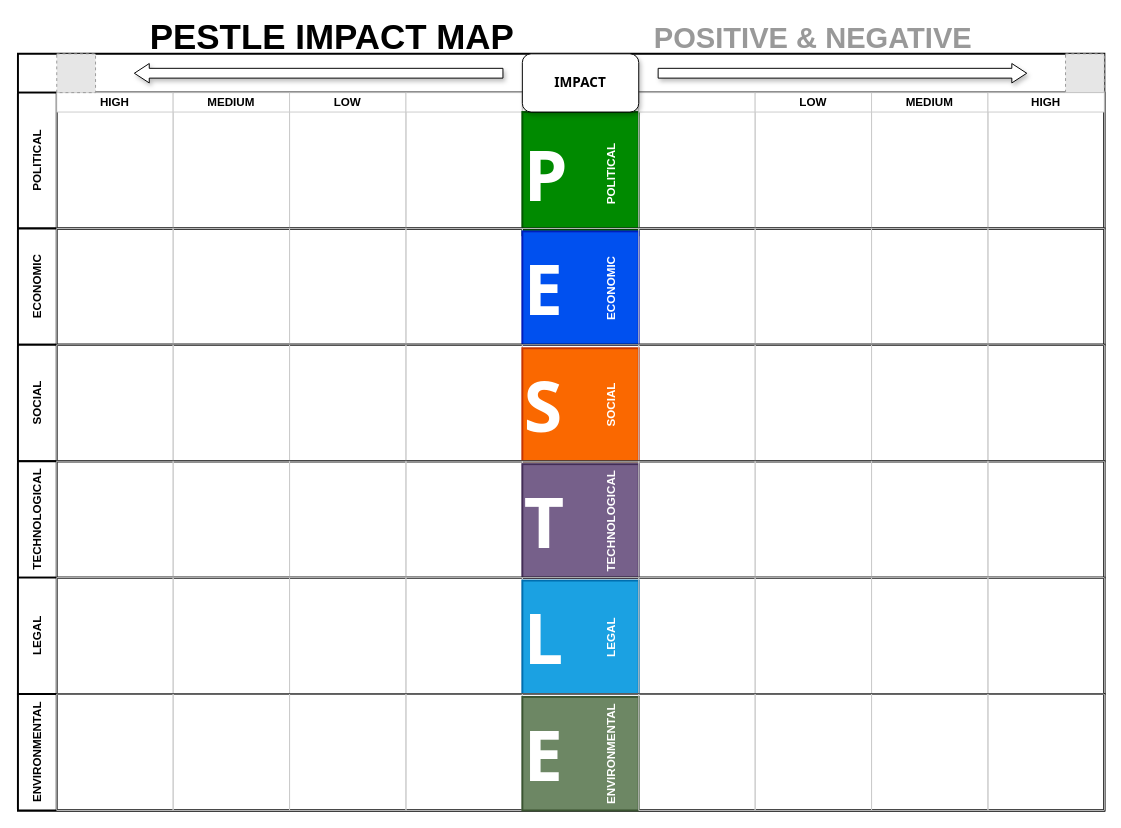
This is PESTLE.drawio from MagerTom/MA5840, a draw.io file, before an edit. Source tidied: cells renumbered, new cells numbered last; positions are measured from the earlier drawing's top-left corner, leaving out a move shared by most shapes. Both pictures are drawn from the tidied source at 97%, with x=0, y=0 at pixel (17, 22). Pictures stored in the file or linked from it are replaced by grey dashed boxes.
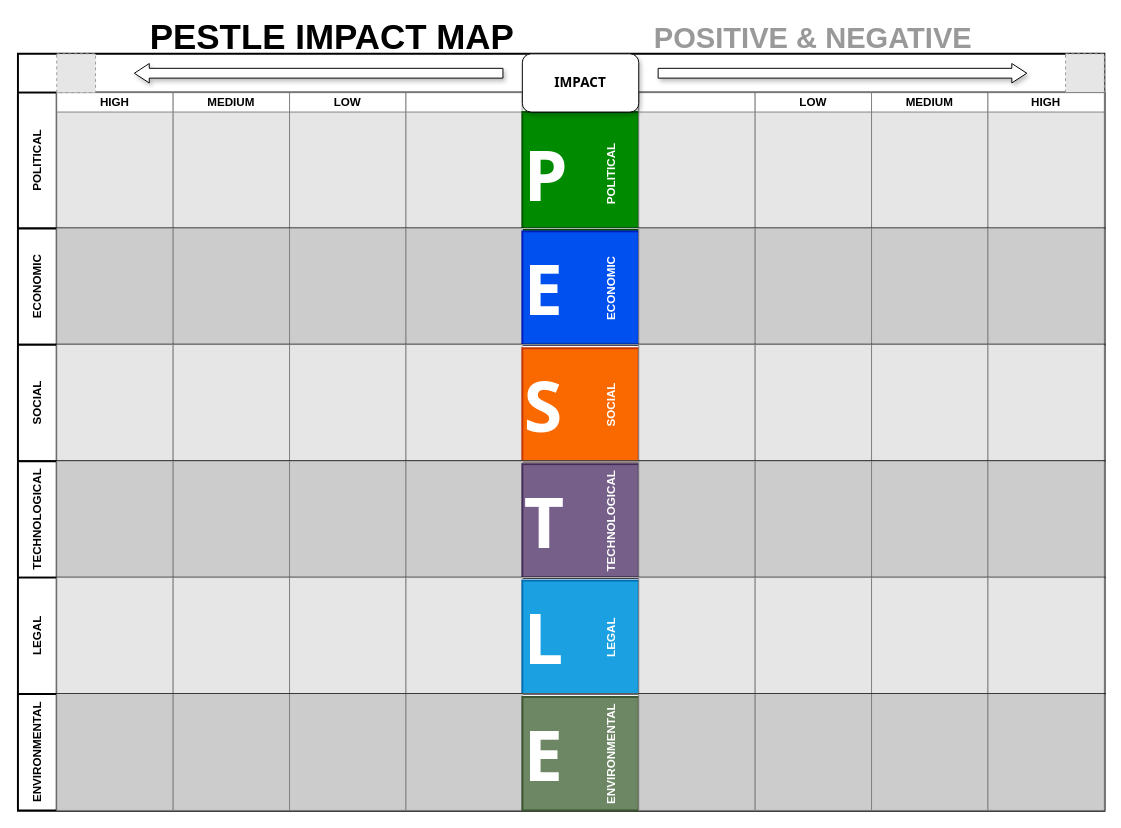
The same page after the edit.

Unchanged cells that the change refers to:
```xml
<mxCell id="2" style="shape=table;childLayout=tableLayout;rowLines=0;columnLines=0;startSize=40;html=1;whiteSpace=wrap;fontStyle=1;align=center;swimlaneHead=1;strokeWidth=2;" parent="1" vertex="1">
  <mxGeometry y="32" width="1120" height="780" as="geometry" />
</mxCell>
<mxCell id="28" value="SOCIAL" style="swimlane;horizontal=0;startSize=40;html=1;whiteSpace=wrap;fontStyle=1;strokeWidth=2;" parent="2" vertex="1">
  <mxGeometry y="300" width="1120" height="120" as="geometry" />
</mxCell>
<mxCell id="40" value="TECHNOLOGICAL" style="swimlane;horizontal=0;startSize=40;html=1;whiteSpace=wrap;fontStyle=1;strokeWidth=2;" parent="2" vertex="1">
  <mxGeometry y="420" width="1120" height="120" as="geometry" />
</mxCell>
<mxCell id="52" value="LEGAL" style="swimlane;horizontal=0;startSize=40;html=1;whiteSpace=wrap;strokeWidth=2;" parent="2" vertex="1">
  <mxGeometry y="540" width="1120" height="120" as="geometry" />
</mxCell>
<mxCell id="64" value="ENVIRONMENTAL" style="swimlane;horizontal=0;startSize=40;html=1;whiteSpace=wrap;strokeWidth=2;" parent="2" vertex="1">
  <mxGeometry y="660" width="1120" height="120" as="geometry" />
</mxCell>
```

Change to the diagram source:
```diff
@@
+    <mxCell id="82" style="rounded=0;whiteSpace=wrap;html=1;shadow=0;labelBackgroundColor=none;strokeColor=none;strokeWidth=2;fontFamily=Helvetica;fontSize=30;fontColor=#999999;" parent="1" vertex="1">
+      <mxGeometry y="-4" width="1120" height="95" as="geometry" />
+    </mxCell>
@@
-    <mxCell id="3" value="POLITICAL" style="swimlane;horizontal=0;startSize=40;html=1;whiteSpace=wrap;fontStyle=1;strokeWidth=2;" parent="2" vertex="1">
+    <mxCell id="3" value="POLITICAL" style="swimlane;horizontal=0;startSize=40;html=1;whiteSpace=wrap;fontStyle=1;strokeWidth=2;labelBackgroundColor=none;" parent="2" vertex="1">
       <mxGeometry y="40" width="1120" height="140" as="geometry" />
     </mxCell>
-    <mxCell id="4" value="HIGH" style="swimlane;startSize=20;html=1;whiteSpace=wrap;strokeColor=#CCCCCC;noLabel=0;swimlaneHead=1;swimlaneBody=1;horizontal=1;swimlaneLine=1;" parent="3" vertex="1">
+    <mxCell id="4" value="HIGH" style="swimlane;startSize=20;html=1;whiteSpace=wrap;strokeColor=#808080;noLabel=0;swimlaneHead=1;swimlaneBody=1;horizontal=1;swimlaneLine=1;labelBackgroundColor=none;swimlaneFillColor=#E6E6E6;" parent="3" vertex="1">
       <mxGeometry x="40" width="120" height="140" as="geometry" />
     </mxCell>
-    <mxCell id="5" value="MEDIUM" style="swimlane;startSize=20;html=1;whiteSpace=wrap;strokeColor=#CCCCCC;" parent="3" vertex="1">
+    <mxCell id="5" value="MEDIUM" style="swimlane;startSize=20;html=1;whiteSpace=wrap;strokeColor=#808080;swimlaneFillColor=#E6E6E6;" parent="3" vertex="1">
       <mxGeometry x="160" width="120" height="140" as="geometry" />
     </mxCell>
-    <mxCell id="6" value="LOW" style="swimlane;startSize=20;html=1;whiteSpace=wrap;strokeColor=#CCCCCC;" parent="3" vertex="1">
+    <mxCell id="6" value="LOW" style="swimlane;startSize=20;html=1;whiteSpace=wrap;strokeColor=#808080;swimlaneFillColor=#E6E6E6;" parent="3" vertex="1">
       <mxGeometry x="280" width="120" height="140" as="geometry" />
     </mxCell>
-    <mxCell id="7" style="swimlane;startSize=20;html=1;whiteSpace=wrap;strokeColor=#CCCCCC;" parent="3" vertex="1">
+    <mxCell id="7" style="swimlane;startSize=20;html=1;whiteSpace=wrap;strokeColor=#808080;swimlaneFillColor=#E6E6E6;" parent="3" vertex="1">
       <mxGeometry x="400" width="120" height="140" as="geometry" />
     </mxCell>
@@
-    <mxCell id="11" style="swimlane;startSize=20;html=1;whiteSpace=wrap;strokeColor=#CCCCCC;" parent="3" vertex="1">
+    <mxCell id="11" style="swimlane;startSize=20;html=1;whiteSpace=wrap;strokeColor=#808080;swimlaneFillColor=#E6E6E6;" parent="3" vertex="1">
       <mxGeometry x="640" width="120" height="140" as="geometry" />
     </mxCell>
-    <mxCell id="12" value="LOW" style="swimlane;startSize=20;html=1;whiteSpace=wrap;strokeColor=#CCCCCC;" parent="3" vertex="1">
+    <mxCell id="12" value="LOW" style="swimlane;startSize=20;html=1;whiteSpace=wrap;strokeColor=#808080;swimlaneFillColor=#E6E6E6;" parent="3" vertex="1">
       <mxGeometry x="760" width="120" height="140" as="geometry" />
     </mxCell>
-    <mxCell id="13" value="MEDIUM" style="swimlane;startSize=20;html=1;whiteSpace=wrap;strokeColor=#CCCCCC;" parent="3" vertex="1">
+    <mxCell id="13" value="MEDIUM" style="swimlane;startSize=20;html=1;whiteSpace=wrap;strokeColor=#808080;swimlaneFillColor=#E6E6E6;" parent="3" vertex="1">
       <mxGeometry x="880" width="120" height="140" as="geometry" />
     </mxCell>
@@
-    <mxCell id="15" value="HIGH" style="swimlane;startSize=20;html=1;whiteSpace=wrap;strokeColor=#CCCCCC;" parent="3" vertex="1">
+    <mxCell id="15" value="HIGH" style="swimlane;startSize=20;html=1;whiteSpace=wrap;strokeColor=#808080;swimlaneFillColor=#E6E6E6;" parent="3" vertex="1">
       <mxGeometry x="1000" width="120" height="140" as="geometry" />
     </mxCell>
-    <mxCell id="16" value="ECONOMIC" style="swimlane;horizontal=0;startSize=40;html=1;whiteSpace=wrap;fontStyle=1;strokeWidth=2;" parent="2" vertex="1">
+    <mxCell id="16" value="ECONOMIC" style="swimlane;horizontal=0;startSize=40;html=1;whiteSpace=wrap;fontStyle=1;strokeWidth=2;labelBackgroundColor=none;" parent="2" vertex="1">
       <mxGeometry y="180" width="1120" height="120" as="geometry" />
     </mxCell>
-    <mxCell id="17" style="swimlane;startSize=0;html=1;whiteSpace=wrap;strokeColor=#CCCCCC;" parent="16" vertex="1">
+    <mxCell id="17" style="swimlane;startSize=0;html=1;whiteSpace=wrap;strokeColor=#808080;swimlaneFillColor=#CCCCCC;" parent="16" vertex="1">
       <mxGeometry x="40" width="120" height="120" as="geometry" />
     </mxCell>
-    <mxCell id="18" style="swimlane;startSize=0;html=1;whiteSpace=wrap;strokeColor=#CCCCCC;" parent="16" vertex="1">
+    <mxCell id="18" style="swimlane;startSize=0;html=1;whiteSpace=wrap;strokeColor=#808080;swimlaneFillColor=#CCCCCC;" parent="16" vertex="1">
       <mxGeometry x="160" width="120" height="120" as="geometry" />
     </mxCell>
-    <mxCell id="19" style="swimlane;startSize=0;html=1;whiteSpace=wrap;strokeColor=#CCCCCC;" parent="16" vertex="1">
+    <mxCell id="19" style="swimlane;startSize=0;html=1;whiteSpace=wrap;strokeColor=#808080;swimlaneFillColor=#CCCCCC;" parent="16" vertex="1">
       <mxGeometry x="280" width="120" height="120" as="geometry" />
     </mxCell>
-    <mxCell id="20" style="swimlane;startSize=0;html=1;whiteSpace=wrap;strokeColor=#CCCCCC;" parent="16" vertex="1">
+    <mxCell id="20" style="swimlane;startSize=0;html=1;whiteSpace=wrap;strokeColor=#808080;swimlaneFillColor=#CCCCCC;" parent="16" vertex="1">
       <mxGeometry x="400" width="120" height="120" as="geometry" />
     </mxCell>
@@
-    <mxCell id="24" style="swimlane;startSize=0;html=1;whiteSpace=wrap;strokeColor=#CCCCCC;" parent="16" vertex="1">
+    <mxCell id="24" style="swimlane;startSize=0;html=1;whiteSpace=wrap;strokeColor=#808080;swimlaneFillColor=#CCCCCC;" parent="16" vertex="1">
       <mxGeometry x="640" width="120" height="120" as="geometry" />
     </mxCell>
-    <mxCell id="25" style="swimlane;startSize=0;html=1;whiteSpace=wrap;strokeColor=#CCCCCC;" parent="16" vertex="1">
+    <mxCell id="25" style="swimlane;startSize=0;html=1;whiteSpace=wrap;strokeColor=#808080;swimlaneFillColor=#CCCCCC;" parent="16" vertex="1">
       <mxGeometry x="760" width="120" height="120" as="geometry" />
     </mxCell>
-    <mxCell id="26" style="swimlane;startSize=0;html=1;whiteSpace=wrap;strokeColor=#CCCCCC;" parent="16" vertex="1">
+    <mxCell id="26" style="swimlane;startSize=0;html=1;whiteSpace=wrap;strokeColor=#808080;swimlaneFillColor=#CCCCCC;" parent="16" vertex="1">
       <mxGeometry x="880" width="120" height="120" as="geometry" />
     </mxCell>
-    <mxCell id="27" style="swimlane;startSize=0;html=1;whiteSpace=wrap;strokeColor=#CCCCCC;" parent="16" vertex="1">
+    <mxCell id="27" style="swimlane;startSize=0;html=1;whiteSpace=wrap;strokeColor=#808080;swimlaneFillColor=#CCCCCC;" parent="16" vertex="1">
       <mxGeometry x="1000" width="120" height="120" as="geometry" />
     </mxCell>
@@
-    <mxCell id="29" style="swimlane;startSize=0;html=1;whiteSpace=wrap;strokeColor=#CCCCCC;" parent="28" vertex="1">
+    <mxCell id="29" style="swimlane;startSize=0;html=1;whiteSpace=wrap;strokeColor=#808080;swimlaneFillColor=#E6E6E6;" parent="28" vertex="1">
       <mxGeometry x="40" width="120" height="120" as="geometry" />
     </mxCell>
-    <mxCell id="30" style="swimlane;startSize=0;html=1;whiteSpace=wrap;strokeColor=#CCCCCC;" parent="28" vertex="1">
+    <mxCell id="30" style="swimlane;startSize=0;html=1;whiteSpace=wrap;strokeColor=#808080;swimlaneFillColor=#E6E6E6;" parent="28" vertex="1">
       <mxGeometry x="160" width="120" height="120" as="geometry" />
     </mxCell>
-    <mxCell id="31" style="swimlane;startSize=0;html=1;whiteSpace=wrap;strokeColor=#CCCCCC;" parent="28" vertex="1">
+    <mxCell id="31" style="swimlane;startSize=0;html=1;whiteSpace=wrap;strokeColor=#808080;swimlaneFillColor=#E6E6E6;" parent="28" vertex="1">
       <mxGeometry x="280" width="120" height="120" as="geometry" />
     </mxCell>
-    <mxCell id="32" style="swimlane;startSize=0;html=1;whiteSpace=wrap;strokeColor=#CCCCCC;" parent="28" vertex="1">
+    <mxCell id="32" style="swimlane;startSize=0;html=1;whiteSpace=wrap;strokeColor=#808080;swimlaneFillColor=#E6E6E6;" parent="28" vertex="1">
       <mxGeometry x="400" width="120" height="120" as="geometry" />
     </mxCell>
@@
-    <mxCell id="36" style="swimlane;startSize=0;html=1;whiteSpace=wrap;strokeColor=#CCCCCC;" parent="28" vertex="1">
+    <mxCell id="36" style="swimlane;startSize=0;html=1;whiteSpace=wrap;strokeColor=#808080;swimlaneFillColor=#E6E6E6;" parent="28" vertex="1">
       <mxGeometry x="640" width="120" height="120" as="geometry" />
     </mxCell>
-    <mxCell id="37" style="swimlane;startSize=0;html=1;whiteSpace=wrap;strokeColor=#CCCCCC;" parent="28" vertex="1">
+    <mxCell id="37" style="swimlane;startSize=0;html=1;whiteSpace=wrap;strokeColor=#808080;swimlaneFillColor=#E6E6E6;" parent="28" vertex="1">
       <mxGeometry x="760" width="120" height="120" as="geometry" />
     </mxCell>
-    <mxCell id="38" style="swimlane;startSize=0;html=1;whiteSpace=wrap;strokeColor=#CCCCCC;" parent="28" vertex="1">
+    <mxCell id="38" style="swimlane;startSize=0;html=1;whiteSpace=wrap;strokeColor=#808080;swimlaneFillColor=#E6E6E6;" parent="28" vertex="1">
       <mxGeometry x="880" width="120" height="120" as="geometry" />
     </mxCell>
-    <mxCell id="39" style="swimlane;startSize=0;html=1;whiteSpace=wrap;strokeColor=#CCCCCC;" parent="28" vertex="1">
+    <mxCell id="39" style="swimlane;startSize=0;html=1;whiteSpace=wrap;strokeColor=#808080;swimlaneFillColor=#E6E6E6;" parent="28" vertex="1">
       <mxGeometry x="1000" width="120" height="120" as="geometry" />
     </mxCell>
@@
-    <mxCell id="41" style="swimlane;startSize=0;html=1;whiteSpace=wrap;strokeColor=#CCCCCC;swimlaneLine=0;" parent="40" vertex="1">
+    <mxCell id="41" style="swimlane;startSize=0;html=1;whiteSpace=wrap;strokeColor=#808080;swimlaneLine=0;swimlaneFillColor=#CCCCCC;" parent="40" vertex="1">
       <mxGeometry x="40" width="120" height="120" as="geometry" />
     </mxCell>
-    <mxCell id="42" style="swimlane;startSize=0;html=1;whiteSpace=wrap;strokeColor=#CCCCCC;" parent="40" vertex="1">
+    <mxCell id="42" style="swimlane;startSize=0;html=1;whiteSpace=wrap;strokeColor=#808080;swimlaneFillColor=#CCCCCC;" parent="40" vertex="1">
       <mxGeometry x="160" width="120" height="120" as="geometry" />
     </mxCell>
-    <mxCell id="43" style="swimlane;startSize=0;html=1;whiteSpace=wrap;strokeColor=#CCCCCC;" parent="40" vertex="1">
+    <mxCell id="43" style="swimlane;startSize=0;html=1;whiteSpace=wrap;strokeColor=#808080;swimlaneFillColor=#CCCCCC;" parent="40" vertex="1">
       <mxGeometry x="280" width="120" height="120" as="geometry" />
     </mxCell>
-    <mxCell id="44" style="swimlane;startSize=0;html=1;whiteSpace=wrap;strokeColor=#CCCCCC;" parent="40" vertex="1">
+    <mxCell id="44" style="swimlane;startSize=0;html=1;whiteSpace=wrap;strokeColor=#808080;swimlaneFillColor=#CCCCCC;" parent="40" vertex="1">
       <mxGeometry x="400" width="120" height="120" as="geometry" />
     </mxCell>
@@
-    <mxCell id="48" style="swimlane;startSize=0;html=1;whiteSpace=wrap;strokeColor=#CCCCCC;" parent="40" vertex="1">
+    <mxCell id="48" style="swimlane;startSize=0;html=1;whiteSpace=wrap;strokeColor=#808080;swimlaneFillColor=#CCCCCC;" parent="40" vertex="1">
       <mxGeometry x="640" width="120" height="120" as="geometry" />
     </mxCell>
-    <mxCell id="49" style="swimlane;startSize=0;html=1;whiteSpace=wrap;strokeColor=#CCCCCC;" parent="40" vertex="1">
+    <mxCell id="49" style="swimlane;startSize=0;html=1;whiteSpace=wrap;strokeColor=#808080;swimlaneFillColor=#CCCCCC;" parent="40" vertex="1">
       <mxGeometry x="760" width="120" height="120" as="geometry" />
     </mxCell>
-    <mxCell id="50" style="swimlane;startSize=0;html=1;whiteSpace=wrap;strokeColor=#CCCCCC;" parent="40" vertex="1">
+    <mxCell id="50" style="swimlane;startSize=0;html=1;whiteSpace=wrap;strokeColor=#808080;swimlaneFillColor=#CCCCCC;" parent="40" vertex="1">
       <mxGeometry x="880" width="120" height="120" as="geometry" />
     </mxCell>
-    <mxCell id="51" style="swimlane;startSize=0;html=1;whiteSpace=wrap;strokeColor=#CCCCCC;" parent="40" vertex="1">
+    <mxCell id="51" style="swimlane;startSize=0;html=1;whiteSpace=wrap;strokeColor=#808080;swimlaneFillColor=#CCCCCC;" parent="40" vertex="1">
       <mxGeometry x="1000" width="120" height="120" as="geometry" />
     </mxCell>
@@
-    <mxCell id="53" style="swimlane;startSize=0;html=1;whiteSpace=wrap;strokeColor=#CCCCCC;" parent="52" vertex="1">
+    <mxCell id="53" style="swimlane;startSize=0;html=1;whiteSpace=wrap;strokeColor=#808080;swimlaneFillColor=#E6E6E6;" parent="52" vertex="1">
       <mxGeometry x="40" width="120" height="120" as="geometry" />
     </mxCell>
-    <mxCell id="54" style="swimlane;startSize=0;html=1;whiteSpace=wrap;strokeColor=#CCCCCC;" parent="52" vertex="1">
+    <mxCell id="54" style="swimlane;startSize=0;html=1;whiteSpace=wrap;strokeColor=#808080;swimlaneFillColor=#E6E6E6;" parent="52" vertex="1">
       <mxGeometry x="160" width="120" height="120" as="geometry" />
     </mxCell>
-    <mxCell id="55" style="swimlane;startSize=0;html=1;whiteSpace=wrap;strokeColor=#CCCCCC;" parent="52" vertex="1">
+    <mxCell id="55" style="swimlane;startSize=0;html=1;whiteSpace=wrap;strokeColor=#808080;swimlaneFillColor=#E6E6E6;" parent="52" vertex="1">
       <mxGeometry x="280" width="120" height="120" as="geometry" />
     </mxCell>
-    <mxCell id="56" style="swimlane;startSize=0;html=1;whiteSpace=wrap;strokeColor=#CCCCCC;" parent="52" vertex="1">
+    <mxCell id="56" style="swimlane;startSize=0;html=1;whiteSpace=wrap;strokeColor=#808080;swimlaneFillColor=#E6E6E6;" parent="52" vertex="1">
       <mxGeometry x="400" width="120" height="120" as="geometry" />
     </mxCell>
@@
-    <mxCell id="60" style="swimlane;startSize=0;html=1;whiteSpace=wrap;strokeColor=#CCCCCC;" parent="52" vertex="1">
+    <mxCell id="60" style="swimlane;startSize=0;html=1;whiteSpace=wrap;strokeColor=#808080;swimlaneFillColor=#E6E6E6;" parent="52" vertex="1">
       <mxGeometry x="640" width="120" height="120" as="geometry" />
     </mxCell>
-    <mxCell id="61" style="swimlane;startSize=0;html=1;whiteSpace=wrap;strokeColor=#CCCCCC;" parent="52" vertex="1">
+    <mxCell id="61" style="swimlane;startSize=0;html=1;whiteSpace=wrap;strokeColor=#808080;swimlaneFillColor=#E6E6E6;" parent="52" vertex="1">
       <mxGeometry x="760" width="120" height="120" as="geometry" />
     </mxCell>
-    <mxCell id="62" style="swimlane;startSize=0;html=1;whiteSpace=wrap;strokeColor=#CCCCCC;" parent="52" vertex="1">
+    <mxCell id="62" style="swimlane;startSize=0;html=1;whiteSpace=wrap;strokeColor=#808080;swimlaneFillColor=#E6E6E6;" parent="52" vertex="1">
       <mxGeometry x="880" width="120" height="120" as="geometry" />
     </mxCell>
-    <mxCell id="63" style="swimlane;startSize=0;html=1;whiteSpace=wrap;strokeColor=#CCCCCC;" parent="52" vertex="1">
+    <mxCell id="63" style="swimlane;startSize=0;html=1;whiteSpace=wrap;strokeColor=#808080;swimlaneFillColor=#E6E6E6;" parent="52" vertex="1">
       <mxGeometry x="1000" width="120" height="120" as="geometry" />
     </mxCell>
@@
-    <mxCell id="65" style="swimlane;startSize=0;html=1;whiteSpace=wrap;strokeColor=#CCCCCC;" parent="64" vertex="1">
+    <mxCell id="65" style="swimlane;startSize=0;html=1;whiteSpace=wrap;strokeColor=#808080;swimlaneFillColor=#CCCCCC;" parent="64" vertex="1">
       <mxGeometry x="40" width="120" height="120" as="geometry" />
     </mxCell>
-    <mxCell id="66" style="swimlane;startSize=0;html=1;whiteSpace=wrap;strokeColor=#CCCCCC;" parent="64" vertex="1">
+    <mxCell id="66" style="swimlane;startSize=0;html=1;whiteSpace=wrap;strokeColor=#808080;swimlaneFillColor=#CCCCCC;" parent="64" vertex="1">
       <mxGeometry x="160" width="120" height="120" as="geometry" />
     </mxCell>
-    <mxCell id="67" style="swimlane;startSize=0;html=1;whiteSpace=wrap;strokeColor=#CCCCCC;" parent="64" vertex="1">
+    <mxCell id="67" style="swimlane;startSize=0;html=1;whiteSpace=wrap;strokeColor=#808080;swimlaneFillColor=#CCCCCC;" parent="64" vertex="1">
       <mxGeometry x="280" width="120" height="120" as="geometry" />
     </mxCell>
-    <mxCell id="68" style="swimlane;startSize=0;html=1;whiteSpace=wrap;strokeColor=#CCCCCC;" parent="64" vertex="1">
+    <mxCell id="68" style="swimlane;startSize=0;html=1;whiteSpace=wrap;strokeColor=#808080;swimlaneFillColor=#CCCCCC;" parent="64" vertex="1">
       <mxGeometry x="400" width="120" height="120" as="geometry" />
     </mxCell>
@@
-    <mxCell id="72" style="swimlane;startSize=0;html=1;whiteSpace=wrap;strokeColor=#CCCCCC;" parent="64" vertex="1">
+    <mxCell id="72" style="swimlane;startSize=0;html=1;whiteSpace=wrap;strokeColor=#808080;swimlaneFillColor=#CCCCCC;" parent="64" vertex="1">
       <mxGeometry x="640" width="120" height="120" as="geometry" />
     </mxCell>
-    <mxCell id="73" style="swimlane;startSize=0;html=1;whiteSpace=wrap;strokeColor=#CCCCCC;" parent="64" vertex="1">
+    <mxCell id="73" style="swimlane;startSize=0;html=1;whiteSpace=wrap;strokeColor=#808080;swimlaneFillColor=#CCCCCC;" parent="64" vertex="1">
       <mxGeometry x="760" width="120" height="120" as="geometry" />
     </mxCell>
-    <mxCell id="74" style="swimlane;startSize=0;html=1;whiteSpace=wrap;strokeColor=#CCCCCC;" parent="64" vertex="1">
+    <mxCell id="74" style="swimlane;startSize=0;html=1;whiteSpace=wrap;strokeColor=#808080;swimlaneFillColor=#CCCCCC;" parent="64" vertex="1">
       <mxGeometry x="880" width="120" height="120" as="geometry" />
     </mxCell>
-    <mxCell id="75" style="swimlane;startSize=0;html=1;whiteSpace=wrap;strokeColor=#CCCCCC;" parent="64" vertex="1">
+    <mxCell id="75" style="swimlane;startSize=0;html=1;whiteSpace=wrap;strokeColor=#808080;swimlaneFillColor=#CCCCCC;" parent="64" vertex="1">
       <mxGeometry x="1000" width="120" height="120" as="geometry" />
     </mxCell>
```
